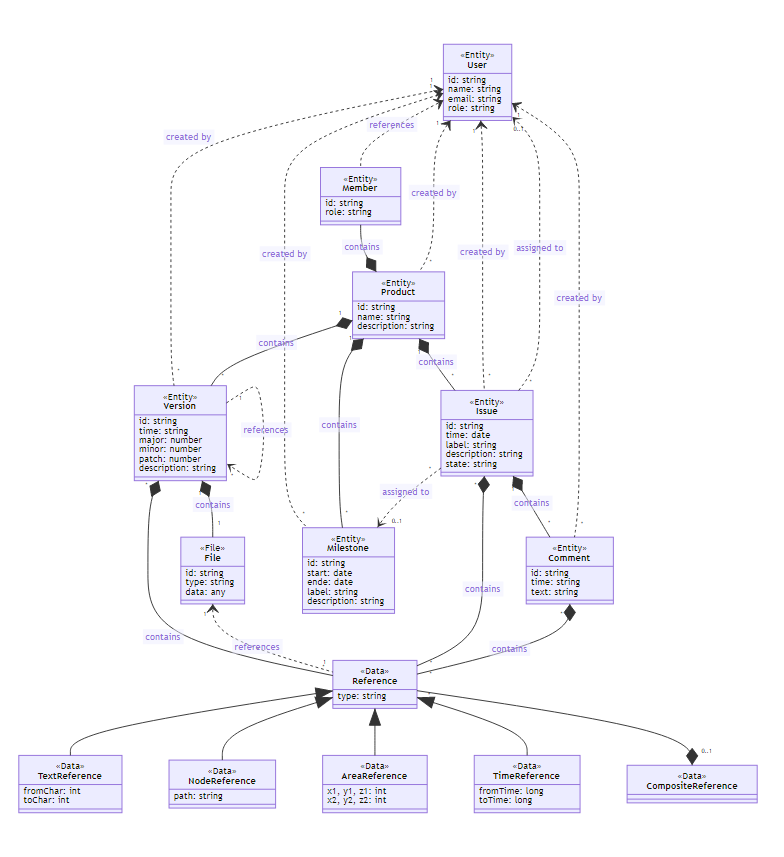
ghackenberg/caddrive keeps this Mermaid diagram as diagrams/entities-v3.png. Above is the earlier version. Its source is kept beside it as diagrams/entities-v3.mmd.
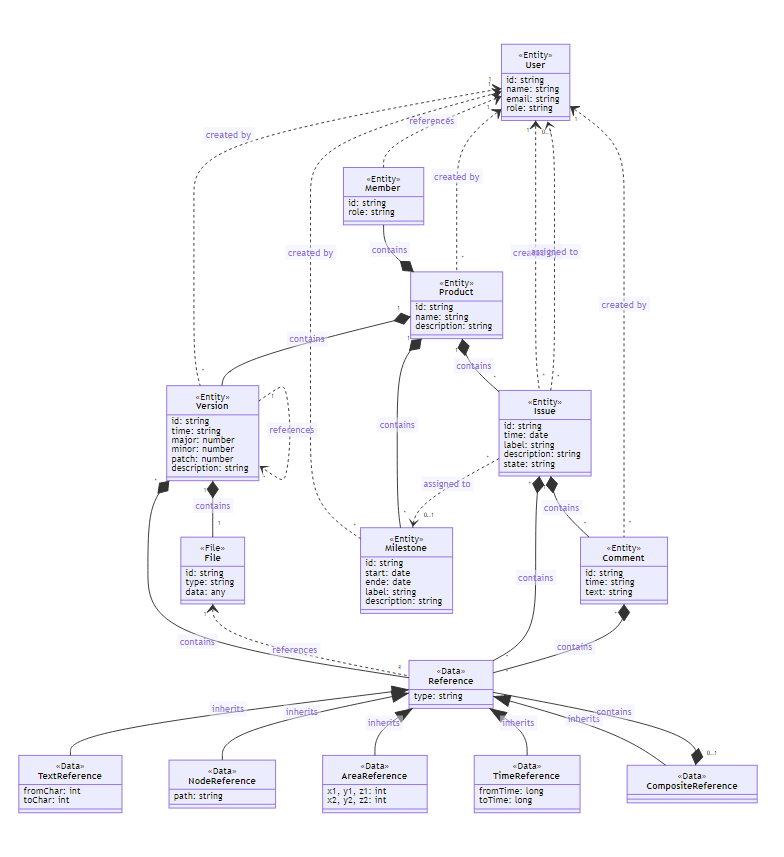
Above is the later version.

Commit message:
add association labels

Diff of the diagram source:
```diff
@@ -89,12 +89,12 @@
     Issue "*" *-- "*" Reference : contains
     Comment "*" *-- "*" Reference : contains
 
-    Reference <|-- TextReference
-    Reference <|-- NodeReference
-    Reference <|-- AreaReference
-    Reference <|-- TimeReference
-    Reference <|-- CompositeReference
-    Reference "*" --* "0..1" CompositeReference
+    Reference <|-- TextReference: inherits
+    Reference <|-- NodeReference: inherits
+    Reference <|-- AreaReference: inherits
+    Reference <|-- TimeReference: inherits
+    Reference <|-- CompositeReference: inherits
+    Reference "*" --* "0..1" CompositeReference: contains
 
     class TextReference {
         fromChar: int
```
